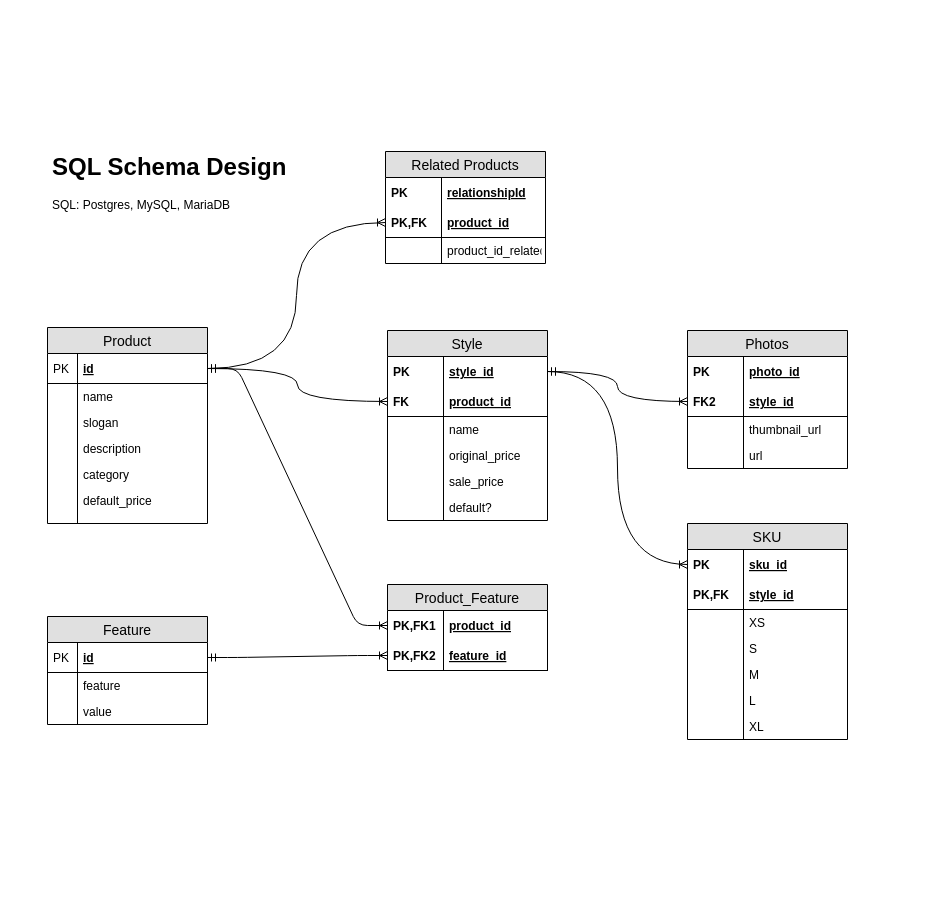
Earlier version of the draw.io diagram SDC_SQLSchema.drawio (teamspear/ProductsAPI). Source tidied: cells renumbered, new cells numbered last; positions are measured from the earlier drawing's top-left corner, leaving out a move shared by most shapes. Both pictures are drawn from the tidied source at 100%, with x=0, y=0 at pixel (47, 147).
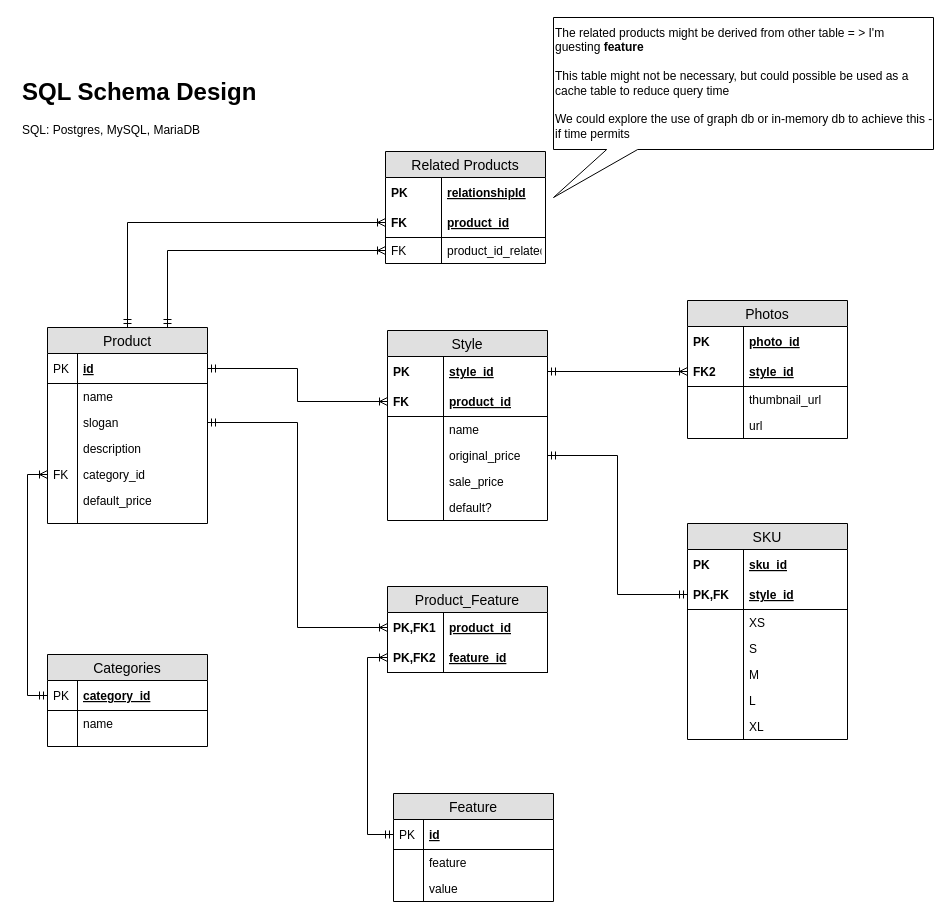
After the change.

The change refers to these unchanged cells:
```xml
<mxCell id="3" value="Product" style="swimlane;fontStyle=0;horizontal=1;startSize=26;fillColor=#e0e0e0;swimlaneFillColor=#ffffff;align=center;fontSize=14;" parent="1" vertex="1">
  <mxGeometry y="180" width="160" height="196" as="geometry" />
</mxCell>
<mxCell id="4" value="id" style="shape=partialRectangle;top=0;left=0;right=0;bottom=1;align=left;verticalAlign=middle;fillColor=none;spacingLeft=34;spacingRight=4;overflow=hidden;points=[[0,0.5],[1,0.5]];portConstraint=eastwest;fontStyle=5;fontSize=12;" parent="3" vertex="1">
  <mxGeometry y="26" width="160" height="30" as="geometry" />
</mxCell>
<mxCell id="8" value="slogan" style="shape=partialRectangle;top=0;left=0;right=0;bottom=0;align=left;verticalAlign=top;fillColor=none;spacingLeft=34;spacingRight=4;overflow=hidden;points=[[0,0.5],[1,0.5]];portConstraint=eastwest;fontSize=12;" parent="3" vertex="1">
  <mxGeometry y="82" width="160" height="26" as="geometry" />
</mxCell>
<mxCell id="19" value="product_id" style="shape=partialRectangle;top=0;left=0;right=0;bottom=0;align=left;verticalAlign=middle;fillColor=none;spacingLeft=60;spacingRight=4;overflow=hidden;points=[[0,0.5],[1,0.5]];portConstraint=eastwest;fontStyle=5;fontSize=12;" parent="18" vertex="1">
  <mxGeometry y="26" width="160" height="30" as="geometry" />
</mxCell>
<mxCell id="21" value="feature_id" style="shape=partialRectangle;top=0;left=0;right=0;bottom=1;align=left;verticalAlign=middle;fillColor=none;spacingLeft=60;spacingRight=4;overflow=hidden;points=[[0,0.5],[1,0.5]];portConstraint=eastwest;fontStyle=5;fontSize=12;" parent="18" vertex="1">
  <mxGeometry y="56" width="160" height="30" as="geometry" />
</mxCell>
<mxCell id="24" value="id" style="shape=partialRectangle;top=0;left=0;right=0;bottom=1;align=left;verticalAlign=middle;fillColor=none;spacingLeft=34;spacingRight=4;overflow=hidden;points=[[0,0.5],[1,0.5]];portConstraint=eastwest;fontStyle=5;fontSize=12;" parent="23" vertex="1">
  <mxGeometry y="26" width="160" height="30" as="geometry" />
</mxCell>
<mxCell id="33" value="style_id" style="shape=partialRectangle;top=0;left=0;right=0;bottom=0;align=left;verticalAlign=middle;fillColor=none;spacingLeft=60;spacingRight=4;overflow=hidden;points=[[0,0.5],[1,0.5]];portConstraint=eastwest;fontStyle=5;fontSize=12;" parent="32" vertex="1">
  <mxGeometry y="26" width="160" height="30" as="geometry" />
</mxCell>
<mxCell id="35" value="product_id" style="shape=partialRectangle;top=0;left=0;right=0;bottom=1;align=left;verticalAlign=middle;fillColor=none;spacingLeft=60;spacingRight=4;overflow=hidden;points=[[0,0.5],[1,0.5]];portConstraint=eastwest;fontStyle=5;fontSize=12;" parent="32" vertex="1">
  <mxGeometry y="56" width="160" height="30" as="geometry" />
</mxCell>
<mxCell id="39" value="original_price" style="shape=partialRectangle;top=0;left=0;right=0;bottom=0;align=left;verticalAlign=top;fillColor=none;spacingLeft=60;spacingRight=4;overflow=hidden;points=[[0,0.5],[1,0.5]];portConstraint=eastwest;fontSize=12;" parent="32" vertex="1">
  <mxGeometry y="112" width="160" height="26" as="geometry" />
</mxCell>
<mxCell id="50" value="style_id" style="shape=partialRectangle;top=0;left=0;right=0;bottom=1;align=left;verticalAlign=middle;fillColor=none;spacingLeft=60;spacingRight=4;overflow=hidden;points=[[0,0.5],[1,0.5]];portConstraint=eastwest;fontStyle=5;fontSize=12;" parent="47" vertex="1">
  <mxGeometry y="56" width="160" height="30" as="geometry" />
</mxCell>
<mxCell id="58" value="sku_id" style="shape=partialRectangle;top=0;left=0;right=0;bottom=0;align=left;verticalAlign=middle;fillColor=none;spacingLeft=60;spacingRight=4;overflow=hidden;points=[[0,0.5],[1,0.5]];portConstraint=eastwest;fontStyle=5;fontSize=12;" parent="57" vertex="1">
  <mxGeometry y="26" width="160" height="30" as="geometry" />
</mxCell>
<mxCell id="60" value="style_id" style="shape=partialRectangle;top=0;left=0;right=0;bottom=1;align=left;verticalAlign=middle;fillColor=none;spacingLeft=60;spacingRight=4;overflow=hidden;points=[[0,0.5],[1,0.5]];portConstraint=eastwest;fontStyle=5;fontSize=12;" parent="57" vertex="1">
  <mxGeometry y="56" width="160" height="30" as="geometry" />
</mxCell>
<mxCell id="76" value="product_id" style="shape=partialRectangle;top=0;left=0;right=0;bottom=1;align=left;verticalAlign=middle;fillColor=none;spacingLeft=60;spacingRight=4;overflow=hidden;points=[[0,0.5],[1,0.5]];portConstraint=eastwest;fontStyle=5;fontSize=12;" parent="73" vertex="1">
  <mxGeometry y="56" width="160" height="30" as="geometry" />
</mxCell>
<mxCell id="78" value="product_id_related" style="shape=partialRectangle;top=0;left=0;right=0;bottom=0;align=left;verticalAlign=top;fillColor=none;spacingLeft=60;spacingRight=4;overflow=hidden;points=[[0,0.5],[1,0.5]];portConstraint=eastwest;fontSize=12;" parent="73" vertex="1">
  <mxGeometry y="86" width="160" height="26" as="geometry" />
</mxCell>
```

Change to the diagram source:
```diff
@@
     <mxCell id="2" value="&lt;h1&gt;SQL Schema Design&lt;/h1&gt;&lt;p&gt;SQL: Postgres, MySQL, MariaDB&lt;/p&gt;" style="text;html=1;strokeColor=none;fillColor=none;spacing=5;spacingTop=-20;whiteSpace=wrap;overflow=hidden;rounded=0;" parent="1" vertex="1">
-      <mxGeometry width="440" height="120" as="geometry" />
+      <mxGeometry x="-30" y="-75" width="280" height="120" as="geometry" />
     </mxCell>
+    <mxCell id="80" style="edgeStyle=orthogonalEdgeStyle;rounded=0;jettySize=auto;html=1;entryX=0;entryY=0.5;entryDx=0;entryDy=0;startArrow=ERmandOne;startFill=0;endArrow=ERoneToMany;endFill=0;" parent="1" edge="1" source="3" target="76">
+      <mxGeometry relative="1" as="geometry" />
+    </mxCell>
+    <mxCell id="81" style="edgeStyle=orthogonalEdgeStyle;rounded=0;jettySize=auto;html=1;exitX=0.75;exitY=0;exitDx=0;exitDy=0;entryX=0;entryY=0.5;entryDx=0;entryDy=0;startArrow=ERmandOne;startFill=0;endArrow=ERoneToMany;endFill=0;" parent="1" edge="1" source="3" target="78">
+      <mxGeometry relative="1" as="geometry" />
+    </mxCell>
@@
-    <mxCell id="12" value="category" style="shape=partialRectangle;top=0;left=0;right=0;bottom=0;align=left;verticalAlign=top;fillColor=none;spacingLeft=34;spacingRight=4;overflow=hidden;points=[[0,0.5],[1,0.5]];portConstraint=eastwest;fontSize=12;" parent="3" vertex="1">
+    <mxCell id="12" value="category_id" style="shape=partialRectangle;top=0;left=0;right=0;bottom=0;align=left;verticalAlign=top;fillColor=none;spacingLeft=34;spacingRight=4;overflow=hidden;points=[[0,0.5],[1,0.5]];portConstraint=eastwest;fontSize=12;" parent="3" vertex="1">
       <mxGeometry y="134" width="160" height="26" as="geometry" />
     </mxCell>
-    <mxCell id="13" style="shape=partialRectangle;top=0;left=0;bottom=0;fillColor=none;align=left;verticalAlign=top;spacingLeft=4;spacingRight=4;overflow=hidden;fontSize=12;" parent="12" vertex="1">
+    <mxCell id="13" value="FK" style="shape=partialRectangle;top=0;left=0;bottom=0;fillColor=none;align=left;verticalAlign=top;spacingLeft=4;spacingRight=4;overflow=hidden;fontSize=12;" parent="12" vertex="1">
       <mxGeometry width="30" height="26" as="geometry" />
     </mxCell>
@@
     <mxCell id="18" value="Product_Feature" style="swimlane;fontStyle=0;horizontal=1;startSize=26;fillColor=#e0e0e0;swimlaneFillColor=#ffffff;align=center;fontSize=14;" parent="1" vertex="1">
-      <mxGeometry x="340" y="437" width="160" height="86" as="geometry" />
+      <mxGeometry x="340" y="439" width="160" height="86" as="geometry" />
     </mxCell>
@@
     <mxCell id="23" value="Feature" style="swimlane;fontStyle=0;horizontal=1;startSize=26;fillColor=#e0e0e0;swimlaneFillColor=#ffffff;align=center;fontSize=14;" parent="1" vertex="1">
-      <mxGeometry y="469" width="160" height="108" as="geometry" />
+      <mxGeometry x="346" y="646" width="160" height="108" as="geometry" />
     </mxCell>
@@
-    <mxCell id="30" style="edgeStyle=entityRelationEdgeStyle;fontSize=12;html=1;endArrow=ERoneToMany;startArrow=ERmandOne;entryX=0;entryY=0.5;entryDx=0;entryDy=0;exitX=1;exitY=0.5;exitDx=0;exitDy=0;" parent="1" edge="1" source="4" target="19">
-      <mxGeometry relative="1" as="geometry" />
-    </mxCell>
-    <mxCell id="31" style="edgeStyle=entityRelationEdgeStyle;fontSize=12;html=1;endArrow=ERoneToMany;startArrow=ERmandOne;entryX=0;entryY=0.5;entryDx=0;entryDy=0;exitX=1;exitY=0.5;exitDx=0;exitDy=0;" parent="1" edge="1" source="24" target="21">
-      <mxGeometry relative="1" as="geometry" />
-    </mxCell>
@@
-    <mxCell id="45" style="edgeStyle=orthogonalEdgeStyle;curved=1;rounded=0;jettySize=auto;html=1;entryX=0;entryY=0.5;entryDx=0;entryDy=0;startArrow=ERmandOne;startFill=0;endArrow=ERoneToMany;endFill=0;" parent="1" edge="1" source="4" target="35">
-      <mxGeometry relative="1" as="geometry" />
-    </mxCell>
-    <mxCell id="46" style="edgeStyle=orthogonalEdgeStyle;curved=1;rounded=0;jettySize=auto;html=1;startArrow=ERmandOne;startFill=0;endArrow=ERoneToMany;endFill=0;entryX=0;entryY=0.5;entryDx=0;entryDy=0;" parent="1" edge="1" source="33" target="50">
+    <mxCell id="46" style="edgeStyle=orthogonalEdgeStyle;rounded=0;jettySize=auto;html=1;startArrow=ERmandOne;startFill=0;endArrow=ERoneToMany;endFill=0;entryX=0;entryY=0.5;entryDx=0;entryDy=0;" parent="1" edge="1" source="33" target="50">
       <mxGeometry relative="1" as="geometry" />
     </mxCell>
     <mxCell id="47" value="Photos" style="swimlane;fontStyle=0;horizontal=1;startSize=26;fillColor=#e0e0e0;swimlaneFillColor=#ffffff;align=center;fontSize=14;" parent="1" vertex="1">
-      <mxGeometry x="640" y="183" width="160" height="138" as="geometry" />
+      <mxGeometry x="640" y="153" width="160" height="138" as="geometry" />
     </mxCell>
@@
-    <mxCell id="56" style="edgeStyle=orthogonalEdgeStyle;curved=1;rounded=0;jettySize=auto;html=1;startArrow=ERmandOne;startFill=0;endArrow=ERoneToMany;endFill=0;entryX=0;entryY=0.5;entryDx=0;entryDy=0;" parent="1" edge="1" source="33" target="58">
-      <mxGeometry relative="1" as="geometry" />
-    </mxCell>
@@
-    <mxCell id="72" style="edgeStyle=orthogonalEdgeStyle;curved=1;rounded=0;jettySize=auto;html=1;entryX=0;entryY=0.5;entryDx=0;entryDy=0;startArrow=ERmandOne;startFill=0;endArrow=ERoneToMany;endFill=0;" parent="1" edge="1" source="4" target="76">
-      <mxGeometry relative="1" as="geometry" />
-    </mxCell>
@@
-    <mxCell id="77" value="PK,FK" style="shape=partialRectangle;fontStyle=1;top=0;left=0;bottom=0;fillColor=none;align=left;verticalAlign=middle;spacingLeft=4;spacingRight=4;overflow=hidden;fontSize=12;" parent="76" vertex="1">
+    <mxCell id="77" value="FK" style="shape=partialRectangle;fontStyle=1;top=0;left=0;bottom=0;fillColor=none;align=left;verticalAlign=middle;spacingLeft=4;spacingRight=4;overflow=hidden;fontSize=12;" parent="76" vertex="1">
       <mxGeometry width="56" height="30" as="geometry" />
     </mxCell>
@@
-    <mxCell id="79" style="shape=partialRectangle;top=0;left=0;bottom=0;fillColor=none;align=left;verticalAlign=top;spacingLeft=4;spacingRight=4;overflow=hidden;fontSize=12;" parent="78" vertex="1">
+    <mxCell id="79" value="FK" style="shape=partialRectangle;top=0;left=0;bottom=0;fillColor=none;align=left;verticalAlign=top;spacingLeft=4;spacingRight=4;overflow=hidden;fontSize=12;" parent="78" vertex="1">
       <mxGeometry width="56" height="26" as="geometry" />
     </mxCell>
+    <mxCell id="82" style="edgeStyle=orthogonalEdgeStyle;rounded=0;jettySize=auto;html=1;entryX=0;entryY=0.5;entryDx=0;entryDy=0;startArrow=ERmandOne;startFill=0;endArrow=ERoneToMany;endFill=0;" parent="1" edge="1" source="8" target="19">
+      <mxGeometry relative="1" as="geometry" />
+    </mxCell>
+    <mxCell id="83" value="Categories" style="swimlane;fontStyle=0;horizontal=1;startSize=26;fillColor=#e0e0e0;swimlaneFillColor=#ffffff;align=center;fontSize=14;" parent="1" vertex="1">
+      <mxGeometry y="507" width="160" height="92" as="geometry" />
+    </mxCell>
+    <mxCell id="84" value="category_id" style="shape=partialRectangle;top=0;left=0;right=0;bottom=1;align=left;verticalAlign=middle;fillColor=none;spacingLeft=34;spacingRight=4;overflow=hidden;points=[[0,0.5],[1,0.5]];portConstraint=eastwest;fontStyle=5;fontSize=12;" parent="83" vertex="1">
+      <mxGeometry y="26" width="160" height="30" as="geometry" />
+    </mxCell>
+    <mxCell id="85" value="PK" style="shape=partialRectangle;top=0;left=0;bottom=0;fillColor=none;align=left;verticalAlign=middle;spacingLeft=4;spacingRight=4;overflow=hidden;fontSize=12;" parent="84" vertex="1">
+      <mxGeometry width="30" height="30" as="geometry" />
+    </mxCell>
+    <mxCell id="86" value="name" style="shape=partialRectangle;top=0;left=0;right=0;bottom=0;align=left;verticalAlign=top;fillColor=none;spacingLeft=34;spacingRight=4;overflow=hidden;fontSize=12;" parent="83" vertex="1">
+      <mxGeometry y="56" width="160" height="26" as="geometry" />
+    </mxCell>
+    <mxCell id="87" style="shape=partialRectangle;top=0;left=0;bottom=0;fillColor=none;align=left;verticalAlign=top;spacingLeft=4;spacingRight=4;overflow=hidden;fontSize=12;" parent="86" vertex="1">
+      <mxGeometry width="30" height="26" as="geometry" />
+    </mxCell>
+    <mxCell id="88" style="shape=partialRectangle;top=0;left=0;right=0;bottom=0;align=left;verticalAlign=top;fillColor=none;spacingLeft=34;spacingRight=4;overflow=hidden;fontSize=12;" parent="83" vertex="1">
+      <mxGeometry y="82" width="160" height="10" as="geometry" />
+    </mxCell>
+    <mxCell id="89" style="shape=partialRectangle;top=0;left=0;bottom=0;fillColor=none;align=left;verticalAlign=top;spacingLeft=4;spacingRight=4;overflow=hidden;fontSize=12;" parent="88" vertex="1">
+      <mxGeometry width="30" height="10" as="geometry" />
+    </mxCell>
+    <mxCell id="90" style="edgeStyle=orthogonalEdgeStyle;rounded=0;jettySize=auto;html=1;entryX=0;entryY=0.5;entryDx=0;entryDy=0;startArrow=ERmandOne;startFill=0;endArrow=ERoneToMany;endFill=0;" parent="1" edge="1" source="84" target="12">
+      <mxGeometry relative="1" as="geometry" />
+    </mxCell>
+    <mxCell id="91" value="&lt;span style=&quot;white-space: normal&quot;&gt;The related products might be derived from other table = &amp;gt; I'm guesting&amp;nbsp;&lt;/span&gt;&lt;b style=&quot;white-space: normal&quot;&gt;feature&lt;/b&gt;&lt;br style=&quot;white-space: normal&quot;&gt;&lt;br style=&quot;white-space: normal&quot;&gt;&lt;span style=&quot;white-space: normal&quot;&gt;This table might not be necessary, but could possible be used as a cache table to reduce query time&amp;nbsp;&lt;/span&gt;&lt;br style=&quot;white-space: normal&quot;&gt;&lt;br style=&quot;white-space: normal&quot;&gt;&lt;span style=&quot;white-space: normal&quot;&gt;We could explore the use of graph db or in-memory&amp;nbsp;db to achieve this - if time permits&lt;/span&gt;" style="shape=callout;whiteSpace=wrap;html=1;perimeter=calloutPerimeter;position2=0;size=48;position=0.14;base=31;align=left;" parent="1" vertex="1">
+      <mxGeometry x="506" y="-130" width="380" height="180" as="geometry" />
+    </mxCell>
+    <mxCell id="45" style="edgeStyle=orthogonalEdgeStyle;rounded=0;jettySize=auto;html=1;entryX=0;entryY=0.5;entryDx=0;entryDy=0;startArrow=ERmandOne;startFill=0;endArrow=ERoneToMany;endFill=0;" parent="1" edge="1" source="4" target="35">
+      <mxGeometry relative="1" as="geometry" />
+    </mxCell>
+    <mxCell id="92" style="edgeStyle=orthogonalEdgeStyle;rounded=0;jettySize=auto;html=1;entryX=0;entryY=0.5;entryDx=0;entryDy=0;startArrow=ERmandOne;startFill=0;endArrow=ERmandOne;endFill=0;" parent="1" edge="1" source="39" target="60">
+      <mxGeometry relative="1" as="geometry" />
+    </mxCell>
+    <mxCell id="31" style="edgeStyle=orthogonalEdgeStyle;rounded=0;jettySize=auto;html=1;entryX=0;entryY=0.5;entryDx=0;entryDy=0;startArrow=ERmandOne;startFill=0;endArrow=ERoneToMany;endFill=0;" parent="1" edge="1" source="24" target="21">
+      <mxGeometry relative="1" as="geometry" />
+    </mxCell>
```
